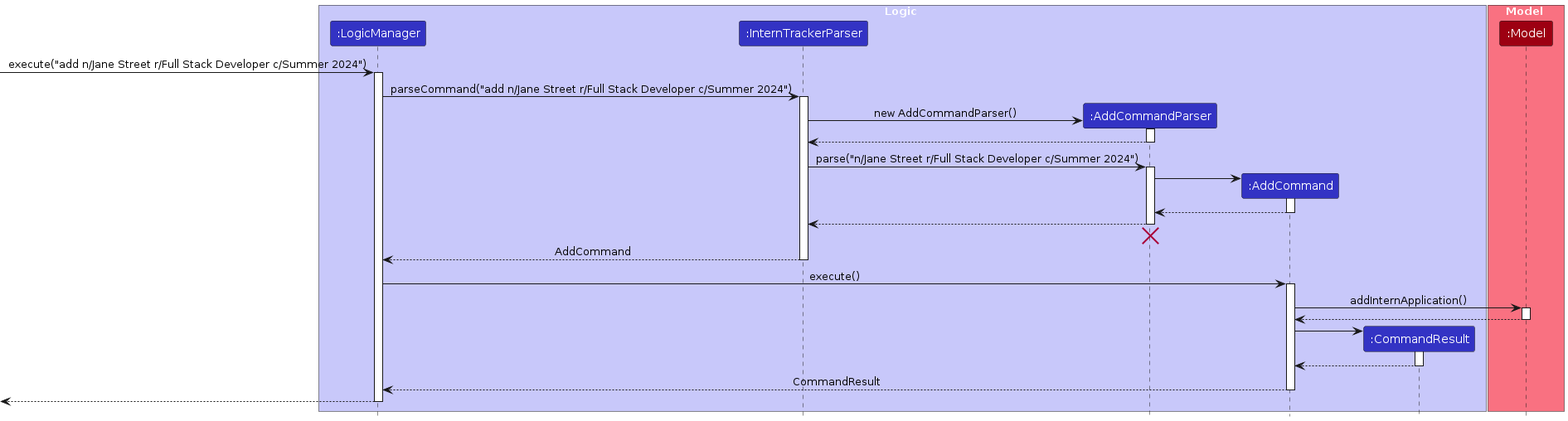
Before: diagrams/AddSequenceDiagram.png, a diagram exported from PlantUML (AprupKale/tp). Its source is kept beside it as diagrams/AddSequenceDiagram.puml. Its diagram source:
```plantuml
@startuml
!include style.puml
skinparam ArrowFontStyle plain

box Logic LOGIC_COLOR_T1
participant ":LogicManager" as LogicManager LOGIC_COLOR
participant ":InternTrackerParser" as InternTrackerParser LOGIC_COLOR
participant ":AddCommandParser" as AddCommandParser LOGIC_COLOR
participant ":AddCommand" as AddCommand LOGIC_COLOR
participant ":CommandResult" as CommandResult LOGIC_COLOR
end box

box Model MODEL_COLOR_T1
participant ":Model" as Model MODEL_COLOR
end box

[-> LogicManager : execute("add n/Jane Street r/Full Stack Developer c/Summer 2024")
activate LogicManager

LogicManager -> InternTrackerParser : parseCommand("add n/Jane Street r/Full Stack Developer c/Summer 2024")
activate InternTrackerParser

create AddCommandParser
InternTrackerParser -> AddCommandParser : new AddCommandParser()
activate AddCommandParser

AddCommandParser --> InternTrackerParser
deactivate AddCommandParser

InternTrackerParser -> AddCommandParser : parse("n/Jane Street r/Full Stack Developer c/Summer 2024")
activate AddCommandParser

create AddCommand
AddCommandParser -> AddCommand
activate AddCommand

AddCommand --> AddCommandParser :
deactivate AddCommand

AddCommandParser --> InternTrackerParser :
deactivate AddCommandParser
AddCommandParser -[hidden]-> InternTrackerParser
destroy AddCommandParser

InternTrackerParser --> LogicManager : AddCommand
deactivate InternTrackerParser

LogicManager -> AddCommand : execute()
activate AddCommand

AddCommand -> Model : addInternApplication()
activate Model

Model --> AddCommand
deactivate Model

create CommandResult
AddCommand -> CommandResult
activate CommandResult

CommandResult --> AddCommand
deactivate CommandResult

AddCommand --> LogicManager : CommandResult
deactivate AddCommand

[<--LogicManager
deactivate LogicManager
@enduml
```
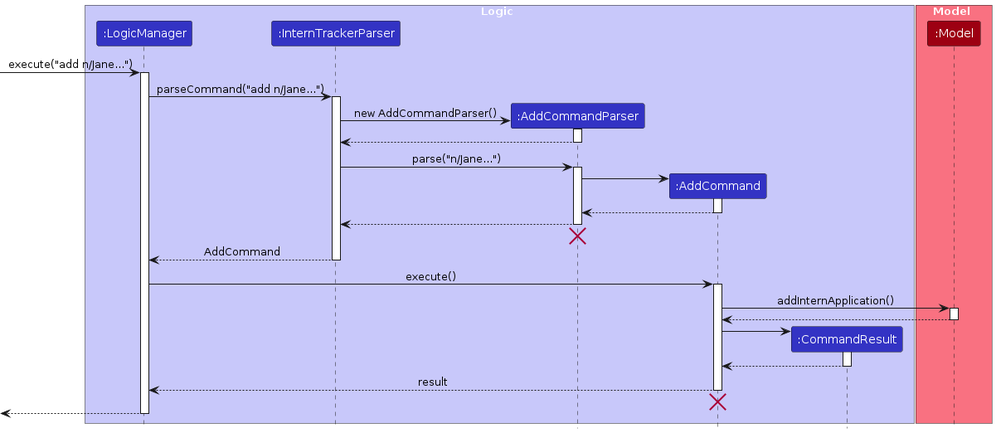
The same file after the commit.

Change to the diagram source:
```diff
@@ -14,10 +14,10 @@
 participant ":Model" as Model MODEL_COLOR
 end box
 
-[-> LogicManager : execute("add n/Jane Street r/Full Stack Developer c/Summer 2024")
+[-> LogicManager : execute("add n/Jane...")
 activate LogicManager
 
-LogicManager -> InternTrackerParser : parseCommand("add n/Jane Street r/Full Stack Developer c/Summer 2024")
+LogicManager -> InternTrackerParser : parseCommand("add n/Jane...")
 activate InternTrackerParser
 
 create AddCommandParser
@@ -27,7 +27,7 @@
 AddCommandParser --> InternTrackerParser
 deactivate AddCommandParser
 
-InternTrackerParser -> AddCommandParser : parse("n/Jane Street r/Full Stack Developer c/Summer 2024")
+InternTrackerParser -> AddCommandParser : parse("n/Jane...")
 activate AddCommandParser
 
 create AddCommand
@@ -61,8 +61,10 @@
 CommandResult --> AddCommand
 deactivate CommandResult
 
-AddCommand --> LogicManager : CommandResult
+AddCommand --> LogicManager : result
 deactivate AddCommand
+AddCommand -[hidden]-> LogicManager
+destroy AddCommand
 
 [<--LogicManager
 deactivate LogicManager
```
